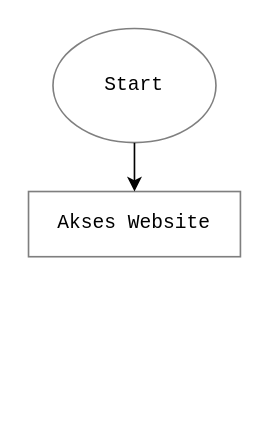
Earlier version of the draw.io diagram Flowchart 3 Role.drawio (EnjoyUrLife69/ARTICLE). Source tidied: cells renumbered, new cells numbered last; positions are measured from the earlier drawing's top-left corner, leaving out a move shared by most shapes. Both pictures are drawn from the tidied source at 163%, with x=0, y=0 at pixel (28, 28).
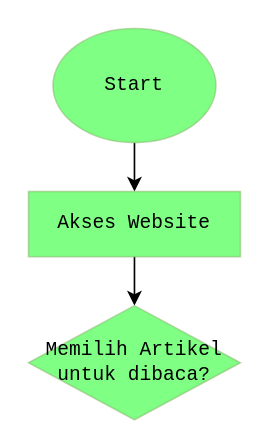
Above is the later version.

Diff of the diagram source:
```diff
@@
 <mxGraphModel>
   <root>
     <mxCell id="0" />
     <mxCell id="1" parent="0" />
     <mxCell id="2" style="edgeStyle=orthogonalEdgeStyle;rounded=0;jettySize=auto;html=1;" parent="1" edge="1" source="3" target="4">
       <mxGeometry relative="1" as="geometry" />
     </mxCell>
-    <mxCell id="3" value="&lt;pre&gt;Start&lt;/pre&gt;" style="ellipse;whiteSpace=wrap;html=1;strokeWidth=1;opacity=50;" parent="1" vertex="1">
+    <mxCell id="3" value="&lt;pre&gt;Start&lt;/pre&gt;" style="ellipse;whiteSpace=wrap;html=1;strokeWidth=1;opacity=50;strokeColor=#82b366;fillColor=#00FF09;" parent="1" vertex="1">
       <mxGeometry x="15" width="100" height="70" as="geometry" />
     </mxCell>
+    <mxCell id="5" style="edgeStyle=orthogonalEdgeStyle;rounded=0;jettySize=auto;html=1;" parent="1" edge="1" source="4" target="6">
+      <mxGeometry relative="1" as="geometry" />
+    </mxCell>
-    <mxCell id="4" value="&lt;pre&gt;Akses Website&lt;/pre&gt;" style="whiteSpace=wrap;html=1;strokeWidth=1;opacity=50;" parent="1" vertex="1">
+    <mxCell id="4" value="&lt;pre&gt;Akses Website&lt;/pre&gt;" style="whiteSpace=wrap;html=1;strokeWidth=1;opacity=50;strokeColor=#82b366;fillColor=#00FF09;" parent="1" vertex="1">
       <mxGeometry y="100" width="130" height="40" as="geometry" />
     </mxCell>
+    <mxCell id="6" value="&lt;pre&gt;Memilih Artikel&lt;br&gt;untuk dibaca?&lt;/pre&gt;" style="rhombus;whiteSpace=wrap;html=1;strokeWidth=1;opacity=50;strokeColor=#82b366;fillColor=#00FF09;" parent="1" vertex="1">
+      <mxGeometry y="170" width="130" height="70" as="geometry" />
+    </mxCell>
   </root>
 </mxGraphModel>
```
